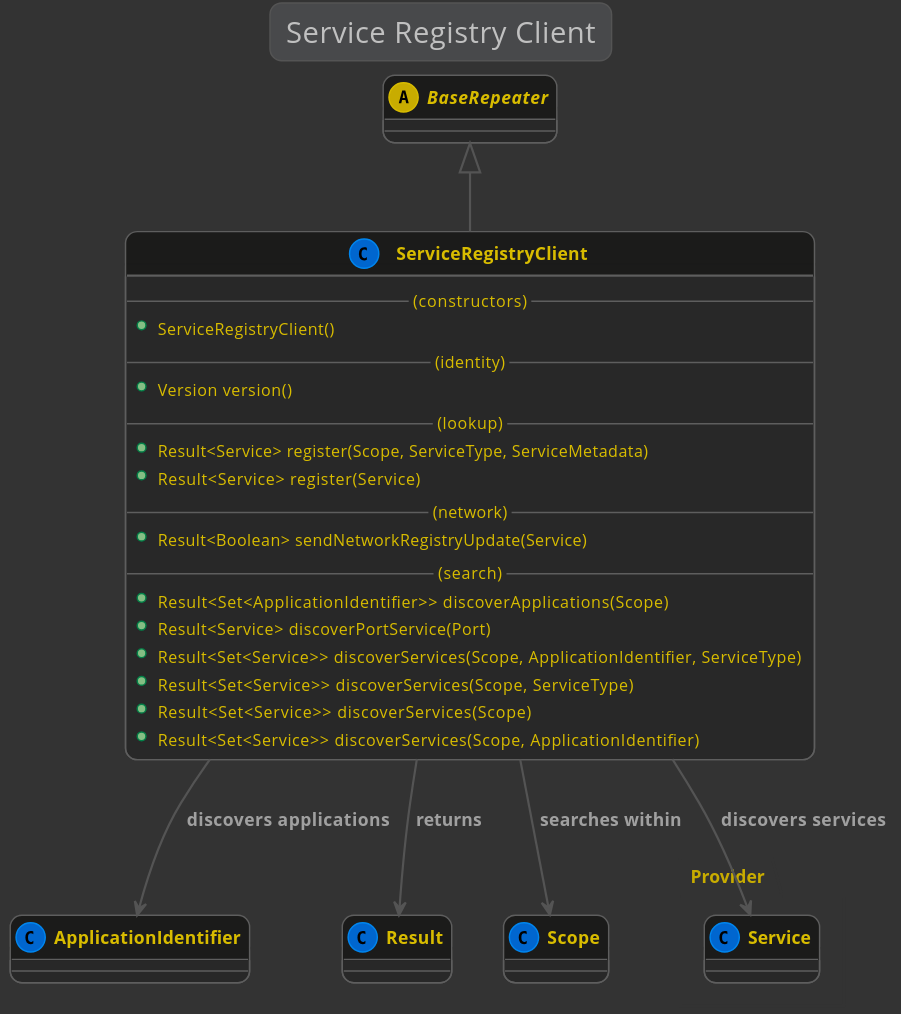
Earlier version of the PlantUML export kivakit-service/client/documentation/diagrams/diagram-client.svg (Telenav/kivakit).
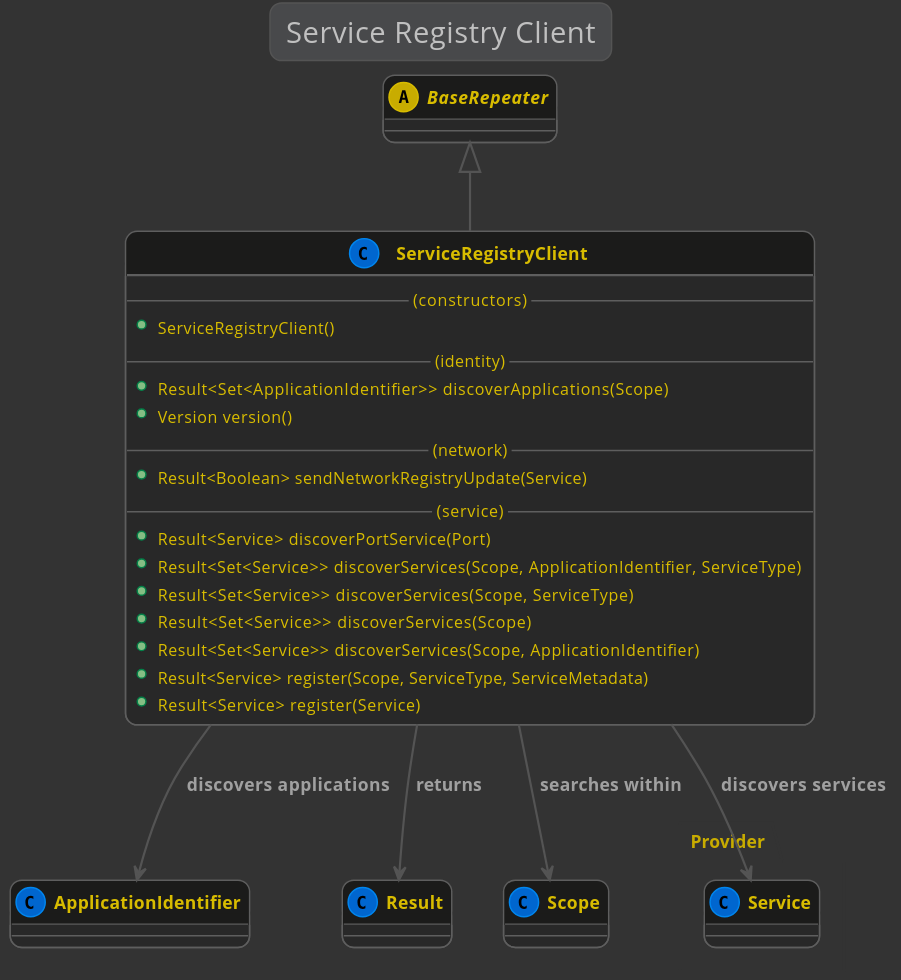
Later version of the same file.

The edit, as a diff of the source:
```diff
@@ -16,19 +16,18 @@
         --(constructors)--
         +ServiceRegistryClient()
         --(identity)--
+        +Result<Set<ApplicationIdentifier>> discoverApplications(Scope)
         +Version version()
-        --(lookup)--
-        +Result<Service> register(Scope, ServiceType, ServiceMetadata)
-        +Result<Service> register(Service)
         --(network)--
         +Result<Boolean> sendNetworkRegistryUpdate(Service)
-        --(search)--
-        +Result<Set<ApplicationIdentifier>> discoverApplications(Scope)
+        --(service)--
         +Result<Service> discoverPortService(Port)
         +Result<Set<Service>> discoverServices(Scope, ApplicationIdentifier, ServiceType)
         +Result<Set<Service>> discoverServices(Scope, ServiceType)
         +Result<Set<Service>> discoverServices(Scope)
         +Result<Set<Service>> discoverServices(Scope, ApplicationIdentifier)
+        +Result<Service> register(Scope, ServiceType, ServiceMetadata)
+        +Result<Service> register(Service)
     }
 
 @enduml
```
